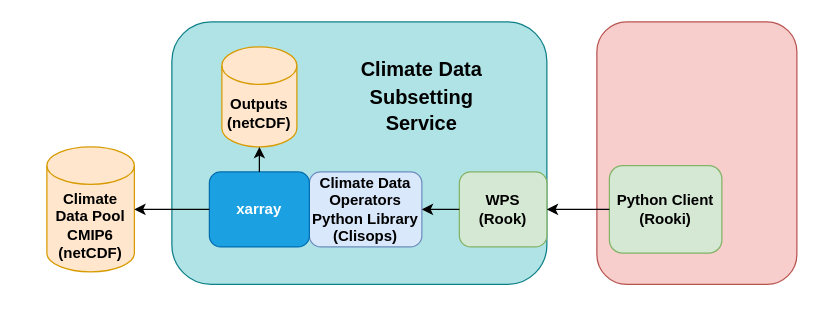
Before: Untitled Diagram.drawio in cehbrecht/ogc-talk-rook-4cds, a draw.io diagram. Source tidied: cells renumbered, new cells numbered last; positions are measured from the earlier drawing's top-left corner, leaving out a move shared by most shapes. Both pictures are drawn from the tidied source at 125%, with x=0, y=0 at pixel (46, 21). Pictures stored in the file or linked from it are replaced by grey dashed boxes.
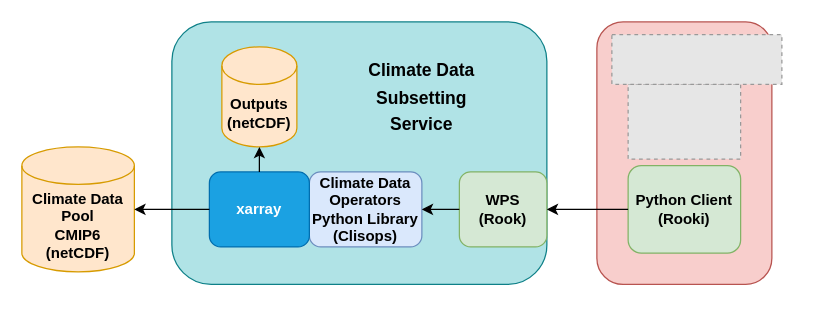
Above is the later version.

Change to the diagram source:
```diff
@@
 <mxGraphModel>
   <root>
     <mxCell id="0" />
     <mxCell id="1" parent="0" />
     <mxCell id="2" style="rounded=1;whiteSpace=wrap;html=1;fontSize=18;fillColor=#f8cecc;strokeColor=#b85450;" parent="1" vertex="1">
-      <mxGeometry x="440" width="160" height="210" as="geometry" />
+      <mxGeometry x="440" width="140" height="210" as="geometry" />
     </mxCell>
     <mxCell id="3" style="rounded=1;whiteSpace=wrap;html=1;fillColor=#b0e3e6;strokeColor=#0e8088;" parent="1" vertex="1">
       <mxGeometry x="100" width="300" height="210" as="geometry" />
     </mxCell>
     <mxCell id="4" value="&lt;b&gt;Python Client&lt;br&gt;(Rooki)&lt;/b&gt;" style="rounded=1;whiteSpace=wrap;html=1;fillColor=#d5e8d4;strokeColor=#82b366;" parent="1" vertex="1">
-      <mxGeometry x="450" y="115" width="90" height="70" as="geometry" />
+      <mxGeometry x="465" y="115" width="90" height="70" as="geometry" />
     </mxCell>
     <mxCell id="5" value="&lt;b&gt;WPS&lt;br&gt;(Rook)&lt;/b&gt;" style="rounded=1;whiteSpace=wrap;html=1;fillColor=#d5e8d4;strokeColor=#82b366;" parent="1" vertex="1">
       <mxGeometry x="330" y="120" width="70" height="60" as="geometry" />
     </mxCell>
     <mxCell id="6" value="&lt;b&gt;Climate Data Operators&lt;br&gt;Python Library&lt;br&gt;(Clisops)&lt;/b&gt;" style="rounded=1;whiteSpace=wrap;html=1;fillColor=#dae8fc;strokeColor=#6c8ebf;" parent="1" vertex="1">
       <mxGeometry x="210" y="120" width="90" height="60" as="geometry" />
     </mxCell>
     <mxCell id="7" value="&lt;b&gt;xarray&lt;/b&gt;" style="rounded=1;whiteSpace=wrap;html=1;fillColor=#1ba1e2;strokeColor=#006EAF;fontColor=#ffffff;" parent="1" vertex="1">
       <mxGeometry x="130" y="120" width="80" height="60" as="geometry" />
     </mxCell>
     <mxCell id="8" value="&lt;b&gt;Climate Data Pool&lt;br&gt;CMIP6&lt;br&gt;(netCDF)&lt;/b&gt;" style="shape=cylinder3;whiteSpace=wrap;html=1;boundedLbl=1;backgroundOutline=1;size=15;fillColor=#ffe6cc;strokeColor=#d79b00;" parent="1" vertex="1">
-      <mxGeometry y="100" width="70" height="100" as="geometry" />
+      <mxGeometry x="-20" y="100" width="90" height="100" as="geometry" />
     </mxCell>
     <mxCell id="9" value="&lt;b&gt;Outputs&lt;br&gt;(netCDF)&lt;/b&gt;" style="shape=cylinder3;whiteSpace=wrap;html=1;boundedLbl=1;backgroundOutline=1;size=15;fillColor=#ffe6cc;strokeColor=#d79b00;" parent="1" vertex="1">
       <mxGeometry x="140" y="20" width="60" height="80" as="geometry" />
     </mxCell>
-    <mxCell id="10" value="&lt;font style=&quot;font-size: 16px&quot;&gt;Climate Data&lt;br&gt;Subsetting&lt;br&gt;Service&lt;/font&gt;" style="text;html=1;strokeColor=none;fillColor=none;align=center;verticalAlign=middle;whiteSpace=wrap;rounded=0;fontStyle=1;fontSize=18;" parent="1" vertex="1">
+    <mxCell id="10" value="&lt;font style=&quot;font-size: 14px&quot;&gt;Climate Data&lt;br&gt;Subsetting&lt;br&gt;Service&lt;/font&gt;" style="text;html=1;strokeColor=none;fillColor=none;align=center;verticalAlign=middle;whiteSpace=wrap;rounded=0;fontStyle=1;fontSize=18;" parent="1" vertex="1">
       <mxGeometry x="220" y="50" width="160" height="20" as="geometry" />
     </mxCell>
     <mxCell id="11" style="endArrow=classic;html=1;fontSize=18;exitX=0;exitY=0.5;exitDx=0;exitDy=0;" parent="1" edge="1" source="7" target="8">
       <mxGeometry relative="1" as="geometry" />
     </mxCell>
     <mxCell id="12" style="endArrow=classic;html=1;fontSize=18;exitX=0.5;exitY=0;exitDx=0;exitDy=0;entryX=0.5;entryY=1;entryDx=0;entryDy=0;entryPerimeter=0;" parent="1" edge="1" source="7" target="9">
       <mxGeometry relative="1" as="geometry" />
     </mxCell>
     <mxCell id="13" style="endArrow=classic;html=1;fontSize=18;exitX=0;exitY=0.5;exitDx=0;exitDy=0;entryX=1;entryY=0.5;entryDx=0;entryDy=0;" parent="1" edge="1" source="5" target="6">
       <mxGeometry relative="1" as="geometry" />
     </mxCell>
     <mxCell id="14" style="edgeStyle=orthogonalEdgeStyle;rounded=0;orthogonalLoop=1;jettySize=auto;html=1;exitX=0.5;exitY=1;exitDx=0;exitDy=0;fontSize=18;" parent="1" edge="1" source="3" target="3">
       <mxGeometry relative="1" as="geometry" />
     </mxCell>
     <mxCell id="15" style="edgeStyle=orthogonalEdgeStyle;rounded=0;orthogonalLoop=1;jettySize=auto;html=1;exitX=0.5;exitY=1;exitDx=0;exitDy=0;exitPerimeter=0;fontSize=18;" parent="1" edge="1" source="8" target="8">
       <mxGeometry relative="1" as="geometry" />
     </mxCell>
     <mxCell id="16" style="edgeStyle=orthogonalEdgeStyle;rounded=0;orthogonalLoop=1;jettySize=auto;html=1;exitX=0.5;exitY=1;exitDx=0;exitDy=0;fontSize=18;" parent="1" edge="1" source="4" target="4">
       <mxGeometry relative="1" as="geometry" />
     </mxCell>
     <mxCell id="17" style="endArrow=classic;html=1;fontSize=18;exitX=0;exitY=0.5;exitDx=0;exitDy=0;entryX=1;entryY=0.5;entryDx=0;entryDy=0;" parent="1" edge="1" source="4" target="5">
       <mxGeometry relative="1" as="geometry" />
     </mxCell>
+    <mxCell id="18" style="fillColor=#E6E6E6;strokeColor=#999999;dashed=1;verticalLabelPosition=bottom;verticalAlign=top;fontSize=18;" parent="1" vertex="1">
+      <mxGeometry x="465" y="50" width="90" height="59.7" as="geometry" />
+    </mxCell>
+    <mxCell id="19" style="fillColor=#E6E6E6;strokeColor=#999999;dashed=1;verticalLabelPosition=bottom;verticalAlign=top;fontSize=18;" parent="1" vertex="1">
+      <mxGeometry x="452" y="10.2" width="136" height="39.8" as="geometry" />
+    </mxCell>
   </root>
 </mxGraphModel>
```
